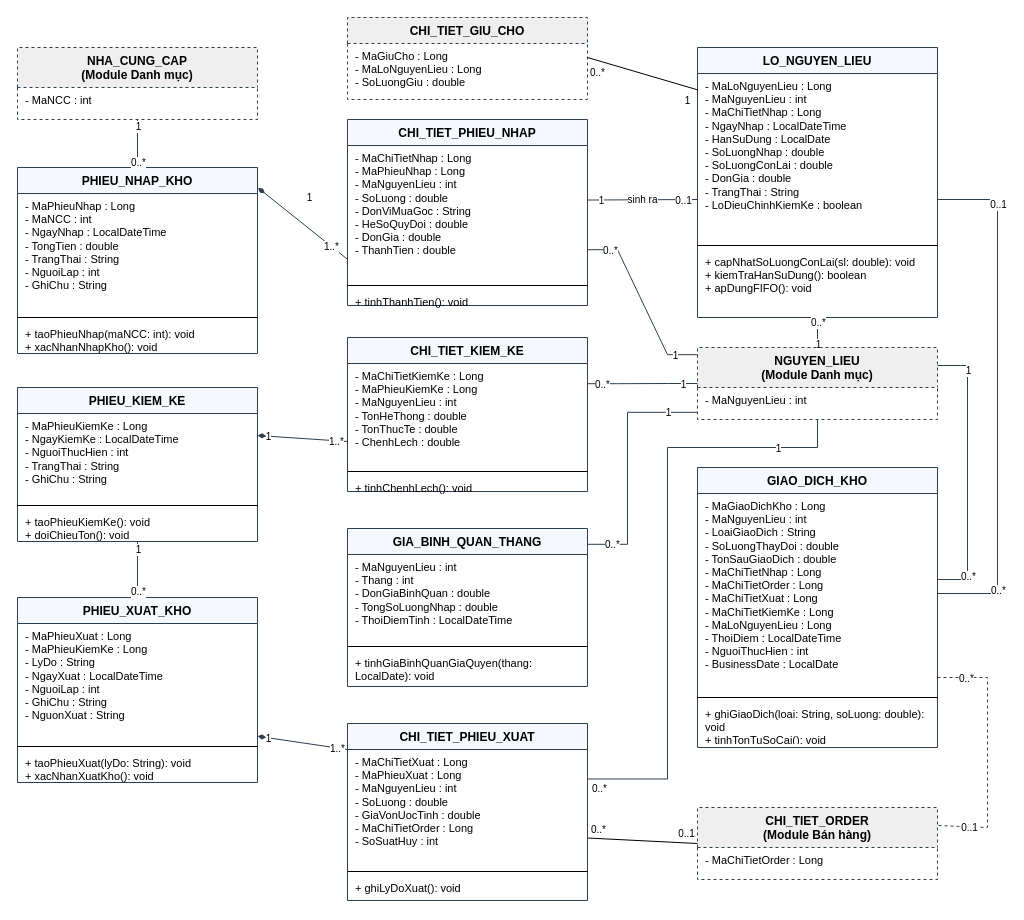
Above: page "Quan ly kho" (5 of 17) of docs/So_do/ClassDiagram_HeThongQuanLyNhaHang.drawio in nminhzzz/restaurant-management-ai (draw.io), before the change. Source tidied: cells renumbered, new cells numbered last; positions are measured from the earlier drawing's top-left corner, leaving out a move shared by most shapes. Both pictures are drawn from the tidied source at 100%, with x=0, y=0 at pixel (17, 17).
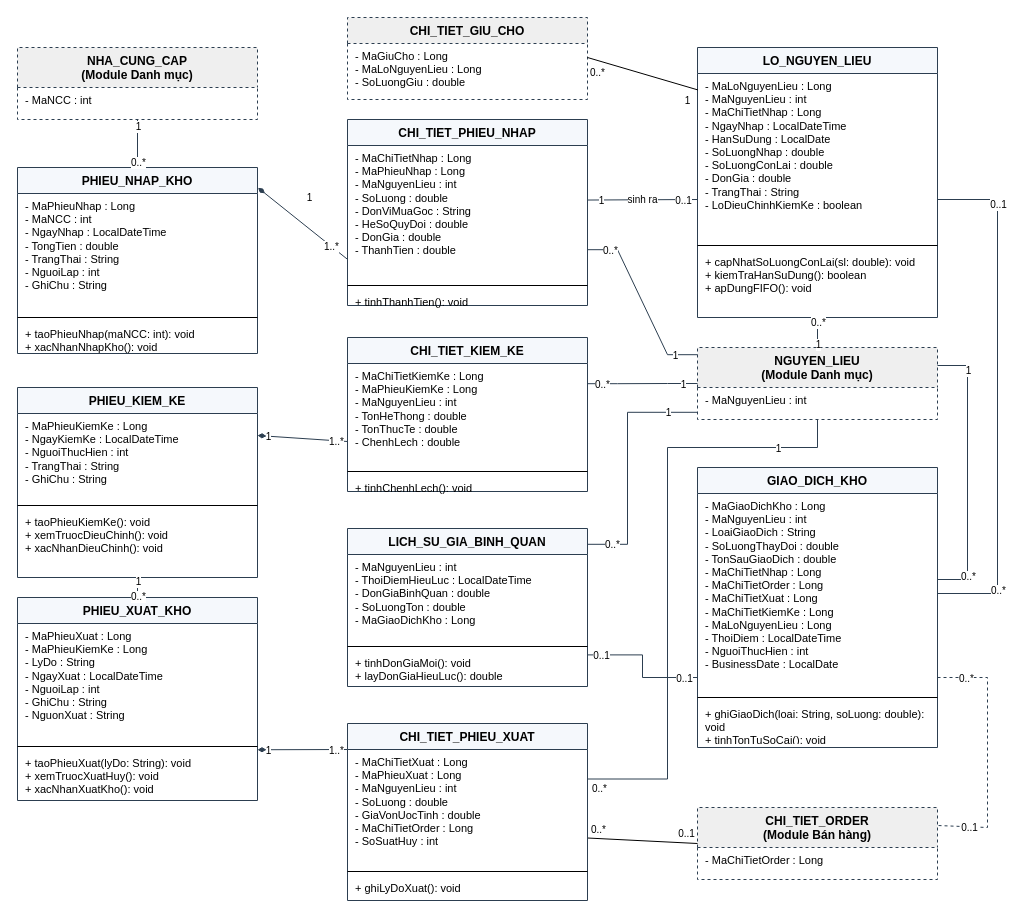
The same diagram, later.

The change refers to these unchanged cells:
```xml
<mxCell id="32" value="GIAO_DICH_KHO" style="swimlane;fontStyle=1;align=center;verticalAlign=top;horizontal=1;startSize=26;whiteSpace=wrap;html=1;fillColor=#F5F8FC;strokeColor=#2C3E50;dashed=0;fontSize=12;" parent="1" vertex="1">
  <mxGeometry x="680" y="450" width="240" height="280" as="geometry" />
</mxCell>
```

Diff of the diagram source:
```diff
@@
     <mxCell id="20" value="PHIEU_XUAT_KHO" style="swimlane;fontStyle=1;align=center;verticalAlign=top;horizontal=1;startSize=26;whiteSpace=wrap;html=1;fillColor=#F5F8FC;strokeColor=#2C3E50;dashed=0;fontSize=12;" parent="1" vertex="1">
-      <mxGeometry y="580" width="240" height="185" as="geometry" />
+      <mxGeometry y="580" width="240" height="203" as="geometry" />
     </mxCell>
@@
-    <mxCell id="23" value="+ taoPhieuXuat(lyDo: String): void&lt;br&gt;+ xacNhanXuatKho(): void" style="text;align=left;verticalAlign=top;spacingLeft=6;spacingRight=4;overflow=hidden;whiteSpace=wrap;html=1;fontSize=11;" parent="20" vertex="1">
-      <mxGeometry y="153" width="240" height="40" as="geometry" />
+    <mxCell id="23" value="+ taoPhieuXuat(lyDo: String): void&lt;br&gt;+ xemTruocXuatHuy(): void&lt;br&gt;+ xacNhanXuatKho(): void" style="text;align=left;verticalAlign=top;spacingLeft=6;spacingRight=4;overflow=hidden;whiteSpace=wrap;html=1;fontSize=11;" parent="20" vertex="1">
+      <mxGeometry y="153" width="240" height="58" as="geometry" />
     </mxCell>
     <mxCell id="24" value="PHIEU_KIEM_KE" style="swimlane;fontStyle=1;align=center;verticalAlign=top;horizontal=1;startSize=26;whiteSpace=wrap;html=1;fillColor=#F5F8FC;strokeColor=#2C3E50;dashed=0;fontSize=12;" parent="1" vertex="1">
-      <mxGeometry y="370" width="240" height="154" as="geometry" />
+      <mxGeometry y="370" width="240" height="190" as="geometry" />
     </mxCell>
@@
-    <mxCell id="27" value="+ taoPhieuKiemKe(): void&lt;br&gt;+ doiChieuTon(): void" style="text;align=left;verticalAlign=top;spacingLeft=6;spacingRight=4;overflow=hidden;whiteSpace=wrap;html=1;fontSize=11;" parent="24" vertex="1">
-      <mxGeometry y="122" width="240" height="40" as="geometry" />
+    <mxCell id="27" value="+ taoPhieuKiemKe(): void&lt;br&gt;+ xemTruocDieuChinh(): void&lt;br&gt;+ xacNhanDieuChinh(): void" style="text;align=left;verticalAlign=top;spacingLeft=6;spacingRight=4;overflow=hidden;whiteSpace=wrap;html=1;fontSize=11;" parent="24" vertex="1">
+      <mxGeometry y="122" width="240" height="76" as="geometry" />
     </mxCell>
@@
-    <mxCell id="36" value="GIA_BINH_QUAN_THANG" style="swimlane;fontStyle=1;align=center;verticalAlign=top;horizontal=1;startSize=26;whiteSpace=wrap;html=1;fillColor=#F5F8FC;strokeColor=#2C3E50;dashed=0;fontSize=12;" parent="1" vertex="1">
+    <mxCell id="36" value="LICH_SU_GIA_BINH_QUAN" style="swimlane;fontStyle=1;align=center;verticalAlign=top;horizontal=1;startSize=26;whiteSpace=wrap;html=1;fillColor=#F5F8FC;strokeColor=#2C3E50;dashed=0;fontSize=12;" parent="1" vertex="1">
       <mxGeometry x="330" y="511" width="240" height="158" as="geometry" />
     </mxCell>
-    <mxCell id="37" value="- MaNguyenLieu : int&lt;br&gt;- Thang : int&lt;br&gt;- DonGiaBinhQuan : double&lt;br&gt;- TongSoLuongNhap : double&lt;br&gt;- ThoiDiemTinh : LocalDateTime" style="text;align=left;verticalAlign=top;spacingLeft=6;spacingRight=4;overflow=hidden;whiteSpace=wrap;html=1;fontSize=11;" parent="36" vertex="1">
+    <mxCell id="37" value="- MaNguyenLieu : int&lt;br&gt;- ThoiDiemHieuLuc : LocalDateTime&lt;br&gt;- DonGiaBinhQuan : double&lt;br&gt;- SoLuongTon : double&lt;br&gt;- MaGiaoDichKho : Long" style="text;align=left;verticalAlign=top;spacingLeft=6;spacingRight=4;overflow=hidden;whiteSpace=wrap;html=1;fontSize=11;" parent="36" vertex="1">
       <mxGeometry y="26" width="240" height="88" as="geometry" />
     </mxCell>
@@
-    <mxCell id="39" value="+ tinhGiaBinhQuanGiaQuyen(thang: LocalDate): void" style="text;align=left;verticalAlign=top;spacingLeft=6;spacingRight=4;overflow=hidden;whiteSpace=wrap;html=1;fontSize=11;" parent="36" vertex="1">
+    <mxCell id="39" value="+ tinhDonGiaMoi(): void&lt;br&gt;+ layDonGiaHieuLuc(): double" style="text;align=left;verticalAlign=top;spacingLeft=6;spacingRight=4;overflow=hidden;whiteSpace=wrap;html=1;fontSize=11;" parent="36" vertex="1">
       <mxGeometry y="122" width="240" height="44" as="geometry" />
     </mxCell>
@@
+    <mxCell id="94" style="fontSize=10;html=1;endArrow=none;startArrow=none;startFill=0;endFill=0;rounded=0;strokeColor=#2C3E50;edgeStyle=orthogonalEdgeStyle;exitX=1;exitY=0.8;exitDx=0;exitDy=0;entryX=0;entryY=0.75;entryDx=0;entryDy=0;" parent="1" edge="1" source="36" target="32">
+      <mxGeometry relative="1" as="geometry" />
+    </mxCell>
+    <mxCell id="95" value="0..1" style="edgeLabel;html=1;align=center;verticalAlign=middle;fontSize=10;" parent="94" vertex="1">
+      <mxGeometry x="-0.8" relative="1" as="geometry" />
+    </mxCell>
+    <mxCell id="96" value="0..1" style="edgeLabel;html=1;align=center;verticalAlign=middle;fontSize=10;" parent="94" vertex="1">
+      <mxGeometry x="0.8" relative="1" as="geometry" />
+    </mxCell>
```
